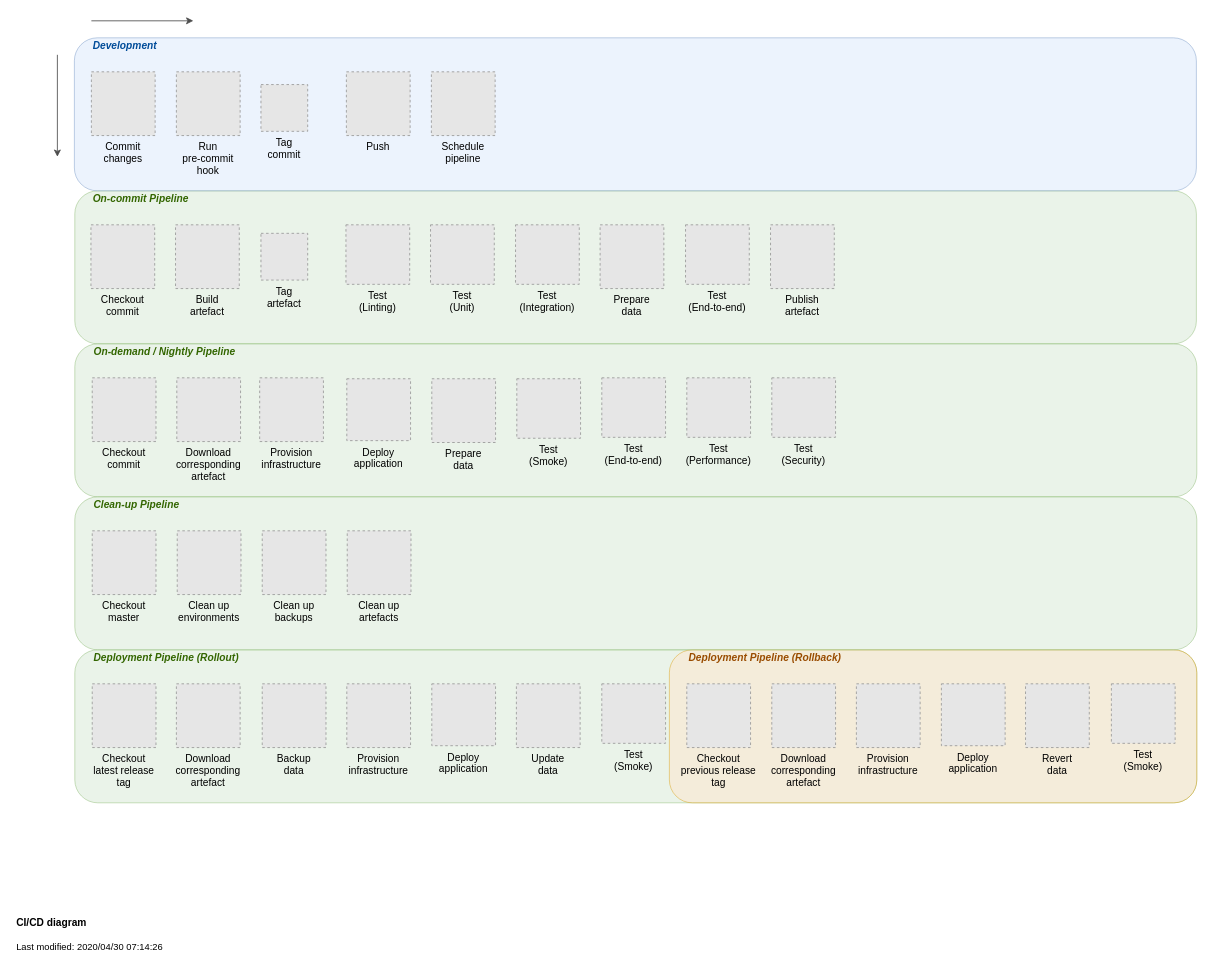
Earlier version of the draw.io diagram documentation/DevOps.drawio (nhs-england-tools/make-devops). Source tidied: cells renumbered, new cells numbered last; positions are measured from the earlier drawing's top-left corner, leaving out a move shared by most shapes. Both pictures are drawn from the tidied source at 85%, with x=0, y=0 at pixel (14, 20). Pictures stored in the file or linked from it are replaced by grey dashed boxes.
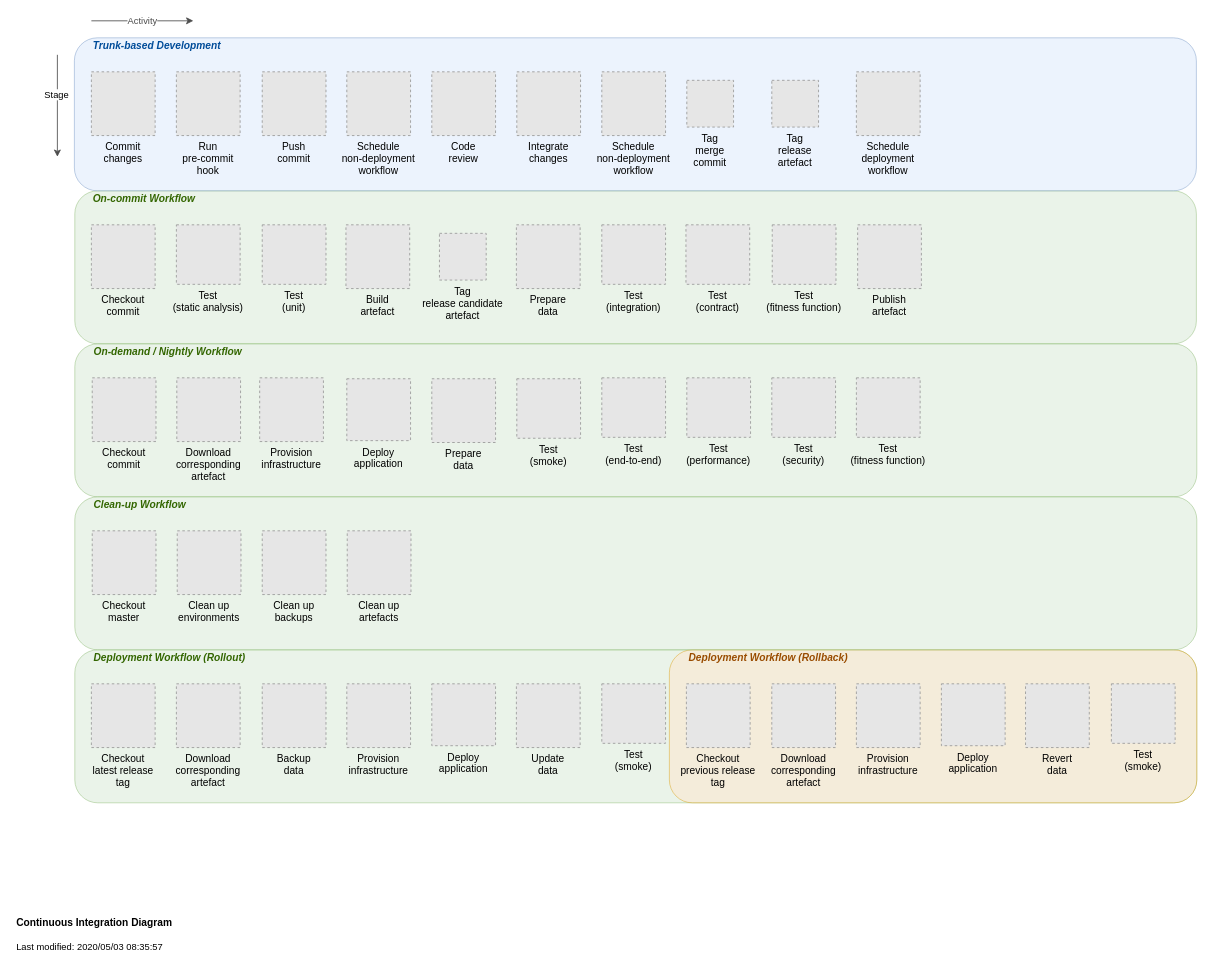
The same page after the edit.

The change refers to these unchanged cells:
```xml
<mxCell id="55" style="endArrow=classic;html=1;strokeColor=#4D4D4D;fontColor=#4d4d4d;labelBackgroundColor=#ffffff;" parent="1" edge="1">
  <mxGeometry relative="1" as="geometry">
    <mxPoint x="50" y="40" as="sourcePoint" />
    <mxPoint x="50" y="160" as="targetPoint" />
  </mxGeometry>
</mxCell>
```

The edit, as a diff of the source:
```diff
@@
     <mxCell id="8" value="Build&#10;artefact" style="fillColor=#E6E6E6;strokeColor=#999999;dashed=1;verticalLabelPosition=bottom;labelBackgroundColor=none;verticalAlign=top;" parent="1" vertex="1">
-      <mxGeometry x="189" y="240" width="75" height="75" as="geometry" />
+      <mxGeometry x="389.5" y="240" width="75" height="75" as="geometry" />
     </mxCell>
@@
-    <mxCell id="11" value="&lt;b&gt;CI/CD diagram&lt;/b&gt;&lt;br style=&quot;font-size: 11px&quot;&gt;&lt;font style=&quot;font-size: 11px&quot;&gt;&lt;br&gt;&lt;font style=&quot;font-size: 11px&quot;&gt;Last modified: 2020/04/30 07:14:26&lt;/font&gt;&lt;/font&gt;" style="text;html=1;strokeColor=none;fillColor=none;align=left;verticalAlign=middle;whiteSpace=wrap;rounded=0;" parent="1" vertex="1">
+    <mxCell id="11" value="&lt;b&gt;Continuous Integration Diagram&lt;/b&gt;&lt;br style=&quot;font-size: 11px&quot;&gt;&lt;font style=&quot;font-size: 11px&quot;&gt;&lt;br&gt;&lt;font style=&quot;font-size: 11px&quot;&gt;Last modified: 2020/05/03 08:35:57&lt;/font&gt;&lt;/font&gt;" style="text;html=1;strokeColor=none;fillColor=none;align=left;verticalAlign=middle;whiteSpace=wrap;rounded=0;" parent="1" vertex="1">
       <mxGeometry y="1050" width="430" height="50" as="geometry" />
     </mxCell>
-    <mxCell id="12" value="Checkout&#10;commit" style="fillColor=#E6E6E6;strokeColor=#999999;dashed=1;verticalLabelPosition=bottom;labelBackgroundColor=none;verticalAlign=top;" parent="1" vertex="1">
-      <mxGeometry x="89.5" y="240" width="75" height="75" as="geometry" />
-    </mxCell>
-    <mxCell id="13" value="Schedule&#10;pipeline" style="fillColor=#E6E6E6;strokeColor=#999999;dashed=1;verticalLabelPosition=bottom;labelBackgroundColor=none;verticalAlign=top;" parent="1" vertex="1">
-      <mxGeometry x="490" y="60" width="75" height="75" as="geometry" />
-    </mxCell>
-    <mxCell id="14" value="Checkout&#10;latest release&#10;tag" style="fillColor=#E6E6E6;strokeColor=#999999;dashed=1;verticalLabelPosition=bottom;labelBackgroundColor=none;verticalAlign=top;" parent="1" vertex="1">
-      <mxGeometry x="91" y="780" width="75" height="75" as="geometry" />
-    </mxCell>
-    <mxCell id="15" value="Checkout&#10;previous release&#10;tag" style="fillColor=#E6E6E6;strokeColor=#999999;dashed=1;verticalLabelPosition=bottom;labelBackgroundColor=none;verticalAlign=top;" parent="1" vertex="1">
-      <mxGeometry x="790.5" y="780" width="75" height="75" as="geometry" />
-    </mxCell>
-    <mxCell id="16" value="Checkout&#10;commit" style="fillColor=#E6E6E6;strokeColor=#999999;dashed=1;verticalLabelPosition=bottom;labelBackgroundColor=none;verticalAlign=top;" parent="1" vertex="1">
-      <mxGeometry x="91" y="420" width="75" height="75" as="geometry" />
-    </mxCell>
@@
-    <mxCell id="18" value="Checkout&#10;master" style="fillColor=#E6E6E6;strokeColor=#999999;dashed=1;verticalLabelPosition=bottom;labelBackgroundColor=none;verticalAlign=top;" parent="1" vertex="1">
-      <mxGeometry x="91" y="600" width="75" height="75" as="geometry" />
-    </mxCell>
@@
     <mxCell id="22" value="Prepare&#10;data&#10;" style="fillColor=#E6E6E6;strokeColor=#999999;dashed=1;verticalLabelPosition=bottom;labelBackgroundColor=none;verticalAlign=top;" parent="1" vertex="1">
-      <mxGeometry x="688.5" y="240" width="75" height="75" as="geometry" />
+      <mxGeometry x="590" y="240" width="75" height="75" as="geometry" />
     </mxCell>
-    <mxCell id="23" value="Tag&#10;artefact" style="fillColor=#E6E6E6;strokeColor=#999999;dashed=1;verticalLabelPosition=bottom;labelBackgroundColor=none;verticalAlign=top;" parent="1" vertex="1">
-      <mxGeometry x="289.5" y="250" width="55" height="55" as="geometry" />
+    <mxCell id="23" value="Tag&#10;release candidate&#10;artefact" style="fillColor=#E6E6E6;strokeColor=#999999;dashed=1;verticalLabelPosition=bottom;labelBackgroundColor=none;verticalAlign=top;" parent="1" vertex="1">
+      <mxGeometry x="499.5" y="250" width="55" height="55" as="geometry" />
     </mxCell>
     <mxCell id="24" value="Publish&#10;artefact" style="fillColor=#E6E6E6;strokeColor=#999999;dashed=1;verticalLabelPosition=bottom;labelBackgroundColor=none;verticalAlign=top;" parent="1" vertex="1">
-      <mxGeometry x="889" y="240" width="75" height="75" as="geometry" />
+      <mxGeometry x="991.5" y="240" width="75" height="75" as="geometry" />
     </mxCell>
@@
-    <mxCell id="33" value="Test&#10;(Linting)" style="fillColor=#E6E6E6;strokeColor=#999999;dashed=1;verticalLabelPosition=bottom;labelBackgroundColor=none;verticalAlign=top;" parent="1" vertex="1">
-      <mxGeometry x="389.5" y="240" width="75" height="70" as="geometry" />
+    <mxCell id="33" value="Test&#10;(static analysis)" style="fillColor=#E6E6E6;strokeColor=#999999;dashed=1;verticalLabelPosition=bottom;labelBackgroundColor=none;verticalAlign=top;" parent="1" vertex="1">
+      <mxGeometry x="190" y="240" width="75" height="70" as="geometry" />
     </mxCell>
-    <mxCell id="34" value="Test&#10;(Unit)" style="fillColor=#E6E6E6;strokeColor=#999999;dashed=1;verticalLabelPosition=bottom;labelBackgroundColor=none;verticalAlign=top;" parent="1" vertex="1">
-      <mxGeometry x="489" y="240" width="75" height="70" as="geometry" />
+    <mxCell id="34" value="Test&#10;(unit)" style="fillColor=#E6E6E6;strokeColor=#999999;dashed=1;verticalLabelPosition=bottom;labelBackgroundColor=none;verticalAlign=top;" parent="1" vertex="1">
+      <mxGeometry x="291" y="240" width="75" height="70" as="geometry" />
     </mxCell>
-    <mxCell id="35" value="Test&#10;(Integration)" style="fillColor=#E6E6E6;strokeColor=#999999;dashed=1;verticalLabelPosition=bottom;labelBackgroundColor=none;verticalAlign=top;" parent="1" vertex="1">
-      <mxGeometry x="589" y="240" width="75" height="70" as="geometry" />
+    <mxCell id="35" value="Test&#10;(integration)" style="fillColor=#E6E6E6;strokeColor=#999999;dashed=1;verticalLabelPosition=bottom;labelBackgroundColor=none;verticalAlign=top;" parent="1" vertex="1">
+      <mxGeometry x="690.5" y="240" width="75" height="70" as="geometry" />
     </mxCell>
-    <mxCell id="36" value="Test&#10;(End-to-end)" style="fillColor=#E6E6E6;strokeColor=#999999;dashed=1;verticalLabelPosition=bottom;labelBackgroundColor=none;verticalAlign=top;" parent="1" vertex="1">
-      <mxGeometry x="789" y="240" width="75" height="70" as="geometry" />
+    <mxCell id="36" value="Test&#10;(contract)" style="fillColor=#E6E6E6;strokeColor=#999999;dashed=1;verticalLabelPosition=bottom;labelBackgroundColor=none;verticalAlign=top;" parent="1" vertex="1">
+      <mxGeometry x="789.5" y="240" width="75" height="70" as="geometry" />
     </mxCell>
-    <mxCell id="37" value="Test&#10;(Smoke)" style="fillColor=#E6E6E6;strokeColor=#999999;dashed=1;verticalLabelPosition=bottom;labelBackgroundColor=none;verticalAlign=top;" parent="1" vertex="1">
+    <mxCell id="37" value="Test&#10;(smoke)" style="fillColor=#E6E6E6;strokeColor=#999999;dashed=1;verticalLabelPosition=bottom;labelBackgroundColor=none;verticalAlign=top;" parent="1" vertex="1">
       <mxGeometry x="590.5" y="421.1" width="75" height="70" as="geometry" />
     </mxCell>
-    <mxCell id="38" value="Test&#10;(Smoke)" style="fillColor=#E6E6E6;strokeColor=#999999;dashed=1;verticalLabelPosition=bottom;labelBackgroundColor=none;verticalAlign=top;" parent="1" vertex="1">
+    <mxCell id="38" value="Test&#10;(smoke)" style="fillColor=#E6E6E6;strokeColor=#999999;dashed=1;verticalLabelPosition=bottom;labelBackgroundColor=none;verticalAlign=top;" parent="1" vertex="1">
       <mxGeometry x="1290" y="780" width="75" height="70" as="geometry" />
     </mxCell>
-    <mxCell id="39" value="Test&#10;(Smoke)" style="fillColor=#E6E6E6;strokeColor=#999999;dashed=1;verticalLabelPosition=bottom;labelBackgroundColor=none;verticalAlign=top;" parent="1" vertex="1">
+    <mxCell id="39" value="Test&#10;(smoke)" style="fillColor=#E6E6E6;strokeColor=#999999;dashed=1;verticalLabelPosition=bottom;labelBackgroundColor=none;verticalAlign=top;" parent="1" vertex="1">
       <mxGeometry x="690.5" y="780" width="75" height="70" as="geometry" />
     </mxCell>
-    <mxCell id="40" value="Test&#10;(End-to-end)" style="fillColor=#E6E6E6;strokeColor=#999999;dashed=1;verticalLabelPosition=bottom;labelBackgroundColor=none;verticalAlign=top;" parent="1" vertex="1">
+    <mxCell id="40" value="Test&#10;(end-to-end)" style="fillColor=#E6E6E6;strokeColor=#999999;dashed=1;verticalLabelPosition=bottom;labelBackgroundColor=none;verticalAlign=top;" parent="1" vertex="1">
       <mxGeometry x="690.5" y="420" width="75" height="70" as="geometry" />
     </mxCell>
-    <mxCell id="41" value="Test&#10;(Performance)" style="fillColor=#E6E6E6;strokeColor=#999999;dashed=1;verticalLabelPosition=bottom;labelBackgroundColor=none;verticalAlign=top;" parent="1" vertex="1">
+    <mxCell id="41" value="Test&#10;(performance)" style="fillColor=#E6E6E6;strokeColor=#999999;dashed=1;verticalLabelPosition=bottom;labelBackgroundColor=none;verticalAlign=top;" parent="1" vertex="1">
       <mxGeometry x="790.5" y="420" width="75" height="70" as="geometry" />
     </mxCell>
-    <mxCell id="42" value="Test&#10;(Security)" style="fillColor=#E6E6E6;strokeColor=#999999;dashed=1;verticalLabelPosition=bottom;labelBackgroundColor=none;verticalAlign=top;" parent="1" vertex="1">
+    <mxCell id="42" value="Test&#10;(security)" style="fillColor=#E6E6E6;strokeColor=#999999;dashed=1;verticalLabelPosition=bottom;labelBackgroundColor=none;verticalAlign=top;" parent="1" vertex="1">
       <mxGeometry x="890.5" y="420" width="75" height="70" as="geometry" />
     </mxCell>
-    <mxCell id="43" value="Push" style="fillColor=#E6E6E6;strokeColor=#999999;dashed=1;verticalLabelPosition=bottom;labelBackgroundColor=none;verticalAlign=top;" parent="1" vertex="1">
-      <mxGeometry x="390" y="60" width="75" height="75" as="geometry" />
-    </mxCell>
@@
-    <mxCell id="48" value="On-commit Pipeline" style="text;html=1;strokeColor=none;fillColor=none;align=left;verticalAlign=middle;whiteSpace=wrap;rounded=0;labelBackgroundColor=none;fontStyle=3;fontColor=#336600;" parent="1" vertex="1">
+    <mxCell id="48" value="On-commit Workflow" style="text;html=1;strokeColor=none;fillColor=none;align=left;verticalAlign=middle;whiteSpace=wrap;rounded=0;labelBackgroundColor=none;fontStyle=3;fontColor=#336600;" parent="1" vertex="1">
       <mxGeometry x="90" y="200" width="300" height="20" as="geometry" />
     </mxCell>
-    <mxCell id="49" value="Development" style="text;html=1;strokeColor=none;fillColor=none;align=left;verticalAlign=middle;whiteSpace=wrap;rounded=0;labelBackgroundColor=none;fontStyle=3;fontColor=#004C99;" parent="1" vertex="1">
+    <mxCell id="49" value="Trunk-based Development" style="text;html=1;strokeColor=none;fillColor=none;align=left;verticalAlign=middle;whiteSpace=wrap;rounded=0;labelBackgroundColor=none;fontStyle=3;fontColor=#004C99;" parent="1" vertex="1">
       <mxGeometry x="90" y="20" width="300" height="20" as="geometry" />
     </mxCell>
-    <mxCell id="50" value="Deployment Pipeline (Rollout)" style="text;html=1;strokeColor=none;fillColor=none;align=left;verticalAlign=middle;whiteSpace=wrap;rounded=0;labelBackgroundColor=none;fontStyle=3;fontColor=#336600;" parent="1" vertex="1">
+    <mxCell id="50" value="Deployment Workflow (Rollout)" style="text;html=1;strokeColor=none;fillColor=none;align=left;verticalAlign=middle;whiteSpace=wrap;rounded=0;labelBackgroundColor=none;fontStyle=3;fontColor=#336600;" parent="1" vertex="1">
       <mxGeometry x="90.5" y="740" width="300" height="20" as="geometry" />
     </mxCell>
-    <mxCell id="51" value="On-demand / Nightly Pipeline" style="text;html=1;strokeColor=none;fillColor=none;align=left;verticalAlign=middle;whiteSpace=wrap;rounded=0;labelBackgroundColor=none;fontStyle=3;fontColor=#336600;" parent="1" vertex="1">
+    <mxCell id="51" value="On-demand / Nightly Workflow" style="text;html=1;strokeColor=none;fillColor=none;align=left;verticalAlign=middle;whiteSpace=wrap;rounded=0;labelBackgroundColor=none;fontStyle=3;fontColor=#336600;" parent="1" vertex="1">
       <mxGeometry x="90.5" y="380" width="300" height="20" as="geometry" />
     </mxCell>
-    <mxCell id="52" value="Clean-up Pipeline" style="text;html=1;strokeColor=none;fillColor=none;align=left;verticalAlign=middle;whiteSpace=wrap;rounded=0;labelBackgroundColor=none;fontStyle=3;fontColor=#336600;" parent="1" vertex="1">
+    <mxCell id="52" value="Clean-up Workflow" style="text;html=1;strokeColor=none;fillColor=none;align=left;verticalAlign=middle;whiteSpace=wrap;rounded=0;labelBackgroundColor=none;fontStyle=3;fontColor=#336600;" parent="1" vertex="1">
       <mxGeometry x="90.5" y="560" width="300" height="20" as="geometry" />
     </mxCell>
-    <mxCell id="53" value="Deployment Pipeline (Rollback)" style="text;html=1;strokeColor=none;fillColor=none;align=left;verticalAlign=middle;whiteSpace=wrap;rounded=0;labelBackgroundColor=none;fontStyle=3;fontColor=#994C00;" parent="1" vertex="1">
+    <mxCell id="53" value="Deployment Workflow (Rollback)" style="text;html=1;strokeColor=none;fillColor=none;align=left;verticalAlign=middle;whiteSpace=wrap;rounded=0;labelBackgroundColor=none;fontStyle=3;fontColor=#994C00;" parent="1" vertex="1">
       <mxGeometry x="790.5" y="740" width="300" height="20" as="geometry" />
     </mxCell>
-    <mxCell id="54" style="endArrow=classic;html=1;strokeColor=#4D4D4D;fontColor=#4d4d4d;labelBackgroundColor=#ffffff;" parent="1" edge="1">
+    <mxCell id="54" value="Activity" style="endArrow=classic;html=1;strokeColor=#4D4D4D;fontColor=#4d4d4d;labelBackgroundColor=#ffffff;" parent="1" edge="1">
       <mxGeometry relative="1" as="geometry">
         <mxPoint x="90" as="sourcePoint" />
         <mxPoint x="210" as="targetPoint" />
       </mxGeometry>
     </mxCell>
@@
+    <mxCell id="57" value="Stage" style="edgeLabel;html=1;align=center;verticalAlign=middle;" parent="55" vertex="1">
+      <mxGeometry x="-0.23" y="-2" relative="1" as="geometry" />
+    </mxCell>
-    <mxCell id="56" value="Tag&#10;commit" style="fillColor=#E6E6E6;strokeColor=#999999;dashed=1;verticalLabelPosition=bottom;labelBackgroundColor=none;verticalAlign=top;" parent="1" vertex="1">
-      <mxGeometry x="289.5" y="75" width="55" height="55" as="geometry" />
+    <mxCell id="56" value="Tag&#10;merge&#10;commit" style="fillColor=#E6E6E6;strokeColor=#999999;dashed=1;verticalLabelPosition=bottom;labelBackgroundColor=none;verticalAlign=top;" parent="1" vertex="1">
+      <mxGeometry x="790.5" y="70" width="55" height="55" as="geometry" />
     </mxCell>
+    <mxCell id="58" value="Test&#10;(fitness function)" style="fillColor=#E6E6E6;strokeColor=#999999;dashed=1;verticalLabelPosition=bottom;labelBackgroundColor=none;verticalAlign=top;" parent="1" vertex="1">
+      <mxGeometry x="891" y="240" width="75" height="70" as="geometry" />
+    </mxCell>
+    <mxCell id="59" value="Tag&#10;release&#10;artefact" style="fillColor=#E6E6E6;strokeColor=#999999;dashed=1;verticalLabelPosition=bottom;labelBackgroundColor=none;verticalAlign=top;" parent="1" vertex="1">
+      <mxGeometry x="890.5" y="70" width="55" height="55" as="geometry" />
+    </mxCell>
+    <mxCell id="60" value="Push&#10;commit" style="fillColor=#E6E6E6;strokeColor=#999999;dashed=1;verticalLabelPosition=bottom;labelBackgroundColor=none;verticalAlign=top;" parent="1" vertex="1">
+      <mxGeometry x="291" y="60" width="75" height="75" as="geometry" />
+    </mxCell>
+    <mxCell id="12" value="Checkout&#10;commit" style="fillColor=#E6E6E6;strokeColor=#999999;dashed=1;verticalLabelPosition=bottom;labelBackgroundColor=none;verticalAlign=top;" parent="1" vertex="1">
+      <mxGeometry x="90" y="240" width="75" height="75" as="geometry" />
+    </mxCell>
+    <mxCell id="16" value="Checkout&#10;commit" style="fillColor=#E6E6E6;strokeColor=#999999;dashed=1;verticalLabelPosition=bottom;labelBackgroundColor=none;verticalAlign=top;" parent="1" vertex="1">
+      <mxGeometry x="91" y="420" width="75" height="75" as="geometry" />
+    </mxCell>
+    <mxCell id="18" value="Checkout&#10;master" style="fillColor=#E6E6E6;strokeColor=#999999;dashed=1;verticalLabelPosition=bottom;labelBackgroundColor=none;verticalAlign=top;" parent="1" vertex="1">
+      <mxGeometry x="91" y="600" width="75" height="75" as="geometry" />
+    </mxCell>
+    <mxCell id="14" value="Checkout&#10;latest release&#10;tag" style="fillColor=#E6E6E6;strokeColor=#999999;dashed=1;verticalLabelPosition=bottom;labelBackgroundColor=none;verticalAlign=top;" parent="1" vertex="1">
+      <mxGeometry x="90" y="780" width="75" height="75" as="geometry" />
+    </mxCell>
+    <mxCell id="15" value="Checkout&#10;previous release&#10;tag" style="fillColor=#E6E6E6;strokeColor=#999999;dashed=1;verticalLabelPosition=bottom;labelBackgroundColor=none;verticalAlign=top;" parent="1" vertex="1">
+      <mxGeometry x="790" y="780" width="75" height="75" as="geometry" />
+    </mxCell>
+    <mxCell id="61" value="Schedule&#10;non-deployment&#10;workflow" style="fillColor=#E6E6E6;strokeColor=#999999;dashed=1;verticalLabelPosition=bottom;verticalAlign=top;" parent="1" vertex="1">
+      <mxGeometry x="390.5" y="60" width="75" height="75" as="geometry" />
+    </mxCell>
+    <mxCell id="62" value="Schedule&#10;non-deployment&#10;workflow" style="fillColor=#E6E6E6;strokeColor=#999999;dashed=1;verticalLabelPosition=bottom;verticalAlign=top;" parent="1" vertex="1">
+      <mxGeometry x="690.5" y="60" width="75" height="75" as="geometry" />
+    </mxCell>
+    <mxCell id="63" value="Schedule&#10;deployment&#10;workflow" style="fillColor=#E6E6E6;strokeColor=#999999;dashed=1;verticalLabelPosition=bottom;verticalAlign=top;" parent="1" vertex="1">
+      <mxGeometry x="990" y="60" width="75" height="75" as="geometry" />
+    </mxCell>
+    <mxCell id="64" value="Code&#10;review" style="fillColor=#E6E6E6;strokeColor=#999999;dashed=1;verticalLabelPosition=bottom;verticalAlign=top;" parent="1" vertex="1">
+      <mxGeometry x="490.5" y="60" width="75" height="75" as="geometry" />
+    </mxCell>
+    <mxCell id="65" value="Integrate&#10;changes" style="fillColor=#E6E6E6;strokeColor=#999999;dashed=1;verticalLabelPosition=bottom;verticalAlign=top;" parent="1" vertex="1">
+      <mxGeometry x="590.5" y="60" width="75" height="75" as="geometry" />
+    </mxCell>
+    <mxCell id="66" value="Test&#10;(fitness function)" style="fillColor=#E6E6E6;strokeColor=#999999;dashed=1;verticalLabelPosition=bottom;labelBackgroundColor=none;verticalAlign=top;" parent="1" vertex="1">
+      <mxGeometry x="990" y="420" width="75" height="70" as="geometry" />
+    </mxCell>
```
